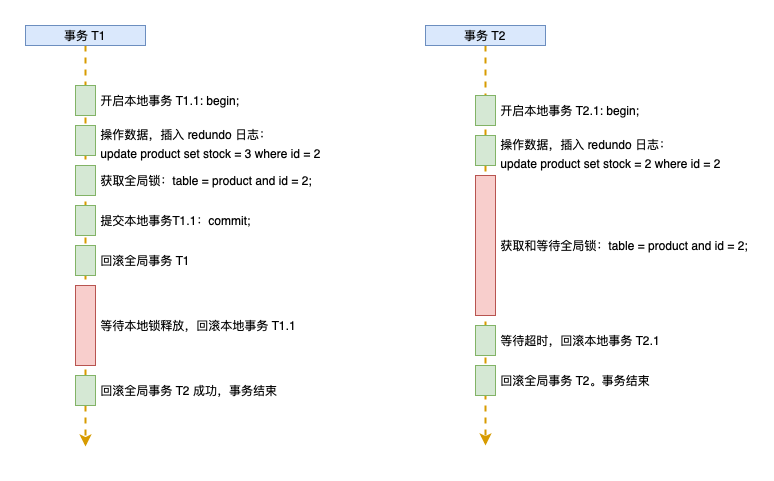
This is static/a2pc/a2pc-concurrent-rollback.png from pi-plan/plan, a draw.io export, as it was before one commit. Source tidied: cells renumbered, new cells last; positions are measured from the earlier drawing's top-left corner, leaving out a move shared by most shapes.
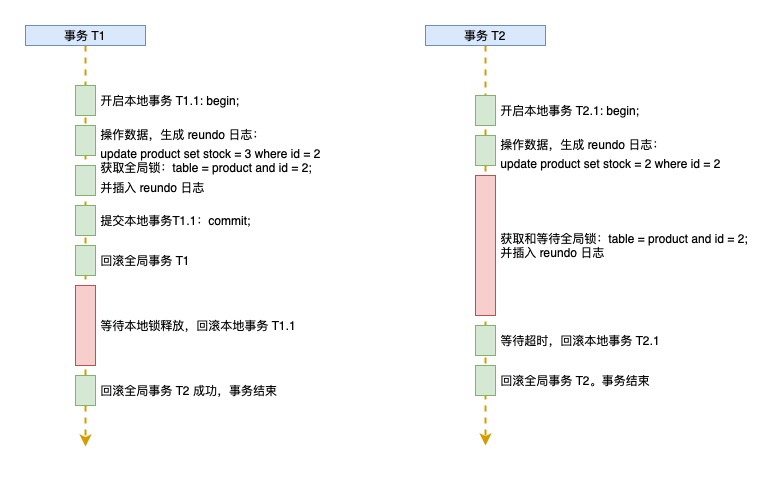
The same diagram one commit later.

Diff of the diagram source:
```diff
@@ -24,19 +24,19 @@
     <mxCell id="7" value="&lt;p style=&quot;line-height: 117%&quot;&gt;&amp;nbsp;开启本地事务 T2.1: begin;&lt;/p&gt;" style="rounded=0;html=1;labelPosition=right;verticalLabelPosition=middle;align=left;verticalAlign=middle;labelBorderColor=none;fillColor=#d5e8d4;strokeColor=#82b366;" parent="1" vertex="1">
       <mxGeometry x="450" y="70" width="20" height="30" as="geometry" />
     </mxCell>
-    <mxCell id="8" value=" 获取和等待全局锁：table = product and id = 2;" style="rounded=0;labelPosition=right;verticalLabelPosition=middle;align=left;verticalAlign=middle;labelBorderColor=none;fillColor=#f8cecc;strokeColor=#b85450;" parent="1" vertex="1">
+    <mxCell id="8" value=" 获取和等待全局锁：table = product and id = 2;&#10; 并插入 reundo 日志" style="rounded=0;labelPosition=right;verticalLabelPosition=middle;align=left;verticalAlign=middle;labelBorderColor=none;fillColor=#f8cecc;strokeColor=#b85450;" parent="1" vertex="1">
       <mxGeometry x="450" y="150" width="20" height="140" as="geometry" />
     </mxCell>
-    <mxCell id="9" value="&lt;p style=&quot;line-height: 117%&quot;&gt;&amp;nbsp;操作数据，插入 redundo 日志：&lt;/p&gt;&lt;p style=&quot;line-height: 0%&quot;&gt;&amp;nbsp;update product set stock = 2 where id = 2&lt;br&gt;&lt;/p&gt;" style="rounded=0;html=1;labelPosition=right;verticalLabelPosition=middle;align=left;verticalAlign=middle;labelBorderColor=none;fillColor=#d5e8d4;strokeColor=#82b366;" parent="1" vertex="1">
+    <mxCell id="9" value="&lt;p style=&quot;line-height: 117%&quot;&gt;&amp;nbsp;操作数据，生成 reundo 日志：&lt;/p&gt;&lt;p style=&quot;line-height: 0%&quot;&gt;&amp;nbsp;update product set stock = 2 where id = 2&lt;br&gt;&lt;/p&gt;" style="rounded=0;html=1;labelPosition=right;verticalLabelPosition=middle;align=left;verticalAlign=middle;labelBorderColor=none;fillColor=#d5e8d4;strokeColor=#82b366;" parent="1" vertex="1">
       <mxGeometry x="450" y="110" width="20" height="30" as="geometry" />
     </mxCell>
     <mxCell id="10" value="&lt;p style=&quot;line-height: 117%&quot;&gt;&amp;nbsp;开启本地事务 T1.1: begin;&lt;/p&gt;" style="rounded=0;html=1;labelPosition=right;verticalLabelPosition=middle;align=left;verticalAlign=middle;labelBorderColor=none;fillColor=#d5e8d4;strokeColor=#82b366;" parent="1" vertex="1">
       <mxGeometry x="50" y="60" width="20" height="30" as="geometry" />
     </mxCell>
-    <mxCell id="11" value="&lt;p style=&quot;line-height: 117%&quot;&gt;&amp;nbsp;操作数据，插入 redundo 日志：&lt;/p&gt;&lt;p style=&quot;line-height: 0%&quot;&gt;&amp;nbsp;update product set stock = 3 where id = 2&lt;/p&gt;" style="rounded=0;html=1;labelPosition=right;verticalLabelPosition=middle;align=left;verticalAlign=middle;labelBorderColor=none;fillColor=#d5e8d4;strokeColor=#82b366;" parent="1" vertex="1">
+    <mxCell id="11" value="&lt;p style=&quot;line-height: 117%&quot;&gt;&amp;nbsp;操作数据，生成 reundo 日志：&lt;/p&gt;&lt;p style=&quot;line-height: 0%&quot;&gt;&amp;nbsp;update product set stock = 3 where id = 2&lt;/p&gt;" style="rounded=0;html=1;labelPosition=right;verticalLabelPosition=middle;align=left;verticalAlign=middle;labelBorderColor=none;fillColor=#d5e8d4;strokeColor=#82b366;" parent="1" vertex="1">
       <mxGeometry x="50" y="100" width="20" height="30" as="geometry" />
     </mxCell>
-    <mxCell id="12" value="&lt;p style=&quot;line-height: 117%&quot;&gt;&amp;nbsp;获取全局锁：table = product and id = 2;&lt;/p&gt;" style="rounded=0;html=1;labelPosition=right;verticalLabelPosition=middle;align=left;verticalAlign=middle;labelBorderColor=none;fillColor=#d5e8d4;strokeColor=#82b366;" parent="1" vertex="1">
+    <mxCell id="12" value="&lt;p style=&quot;line-height: 20%&quot;&gt;&amp;nbsp;获取全局锁：table = product and id = 2;&lt;/p&gt;&lt;p style=&quot;line-height: 117%&quot;&gt;&amp;nbsp;并插入 reundo 日志&lt;/p&gt;" style="rounded=0;html=1;labelPosition=right;verticalLabelPosition=middle;align=left;verticalAlign=middle;labelBorderColor=none;fillColor=#d5e8d4;strokeColor=#82b366;" parent="1" vertex="1">
       <mxGeometry x="50" y="140" width="20" height="30" as="geometry" />
     </mxCell>
     <mxCell id="13" value="&lt;p style=&quot;line-height: 117%&quot;&gt;&amp;nbsp;提交本地事务T1.1：commit;&lt;/p&gt;" style="rounded=0;html=1;labelPosition=right;verticalLabelPosition=middle;align=left;verticalAlign=middle;labelBorderColor=none;fillColor=#d5e8d4;strokeColor=#82b366;" parent="1" vertex="1">
```
